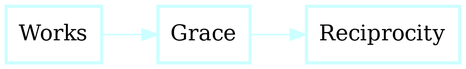
Earlier version of the Graphviz export graphs/Simplified.png (julianfl0w/Deism). Its source is kept beside it as graphs/Simplified.dot.
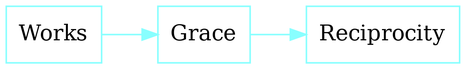
Later version of the same file.

Change to the diagram source:
```diff
@@ -6,9 +6,9 @@
 bgcolor = white
 gradientangle = 0
 dpi = 300
-"cluster_99" [rankdir=TB, shape=box, penwidth=2, color="#ccffff", fontcolor=black, fillcolor=white, style=filled, gradientangle=270.05, label="Works"]
-"cluster_100" [rankdir=TB, shape=box, penwidth=2, color="#ccffff", fontcolor=black, fillcolor=white, style=filled, gradientangle=270.05, label="Grace"]
-"cluster_101" [rankdir=TB, shape=box, penwidth=2, color="#ccffff", fontcolor=black, fillcolor=white, style=filled, gradientangle=270.05, label="Reciprocity"]
-"cluster_100" -> "cluster_101" [color="#ccffff", penwidth=1, ltail="cluster_100", lhead="cluster_101"]
-"cluster_99" -> "cluster_100" [color="#ccffff", penwidth=1, ltail="cluster_100", lhead="cluster_101"]
+"cluster_99" [rankdir=TB, shape=box, penwidth=1, color="#88ffff", fontcolor=black, fillcolor=white, style=filled, gradientangle=270.05, label="Works"]
+"cluster_100" [rankdir=TB, shape=box, penwidth=1, color="#88ffff", fontcolor=black, fillcolor=white, style=filled, gradientangle=270.05, label="Grace"]
+"cluster_101" [rankdir=TB, shape=box, penwidth=1, color="#88ffff", fontcolor=black, fillcolor=white, style=filled, gradientangle=270.05, label="Reciprocity"]
+"cluster_100" -> "cluster_101" [color="#88ffff", penwidth=1, ltail="cluster_100", lhead="cluster_101"]
+"cluster_99" -> "cluster_100" [color="#88ffff", penwidth=1, ltail="cluster_100", lhead="cluster_101"]
 }
```
